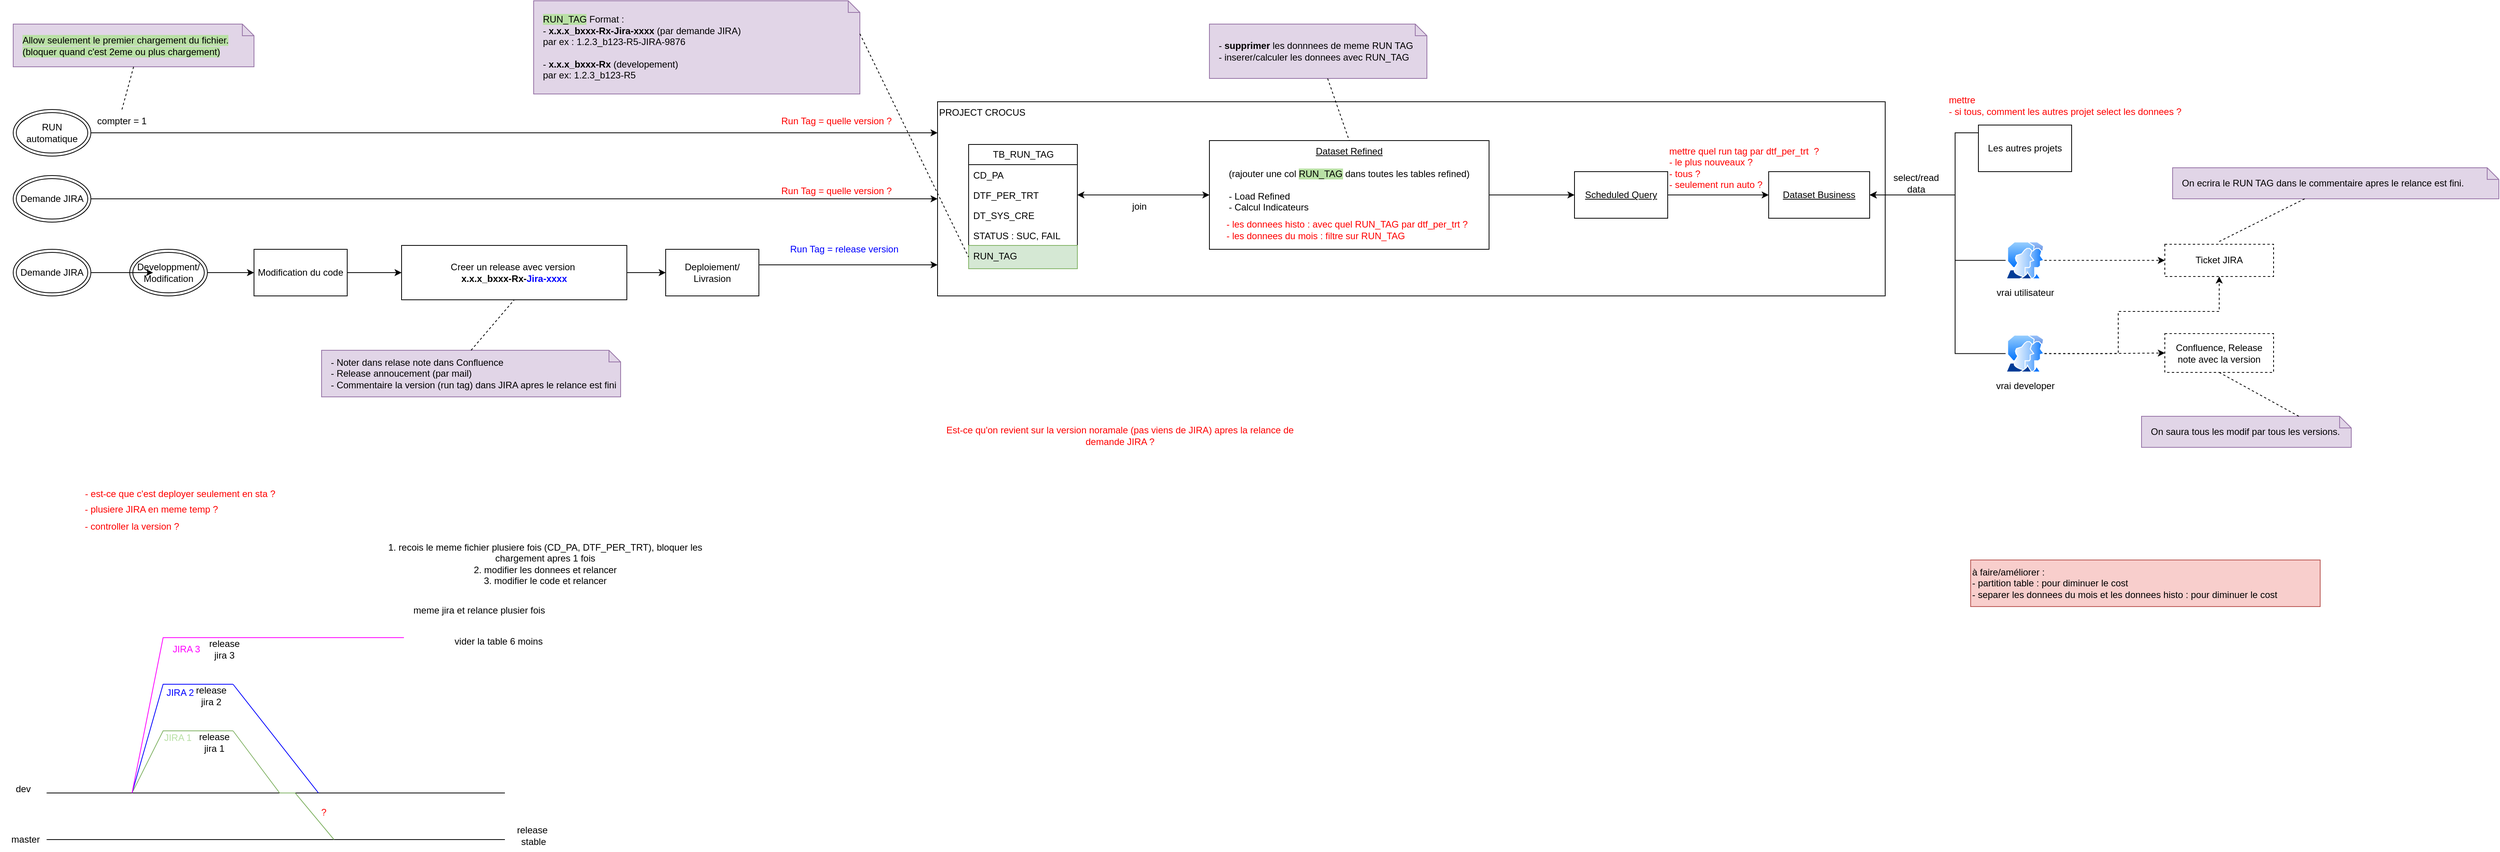
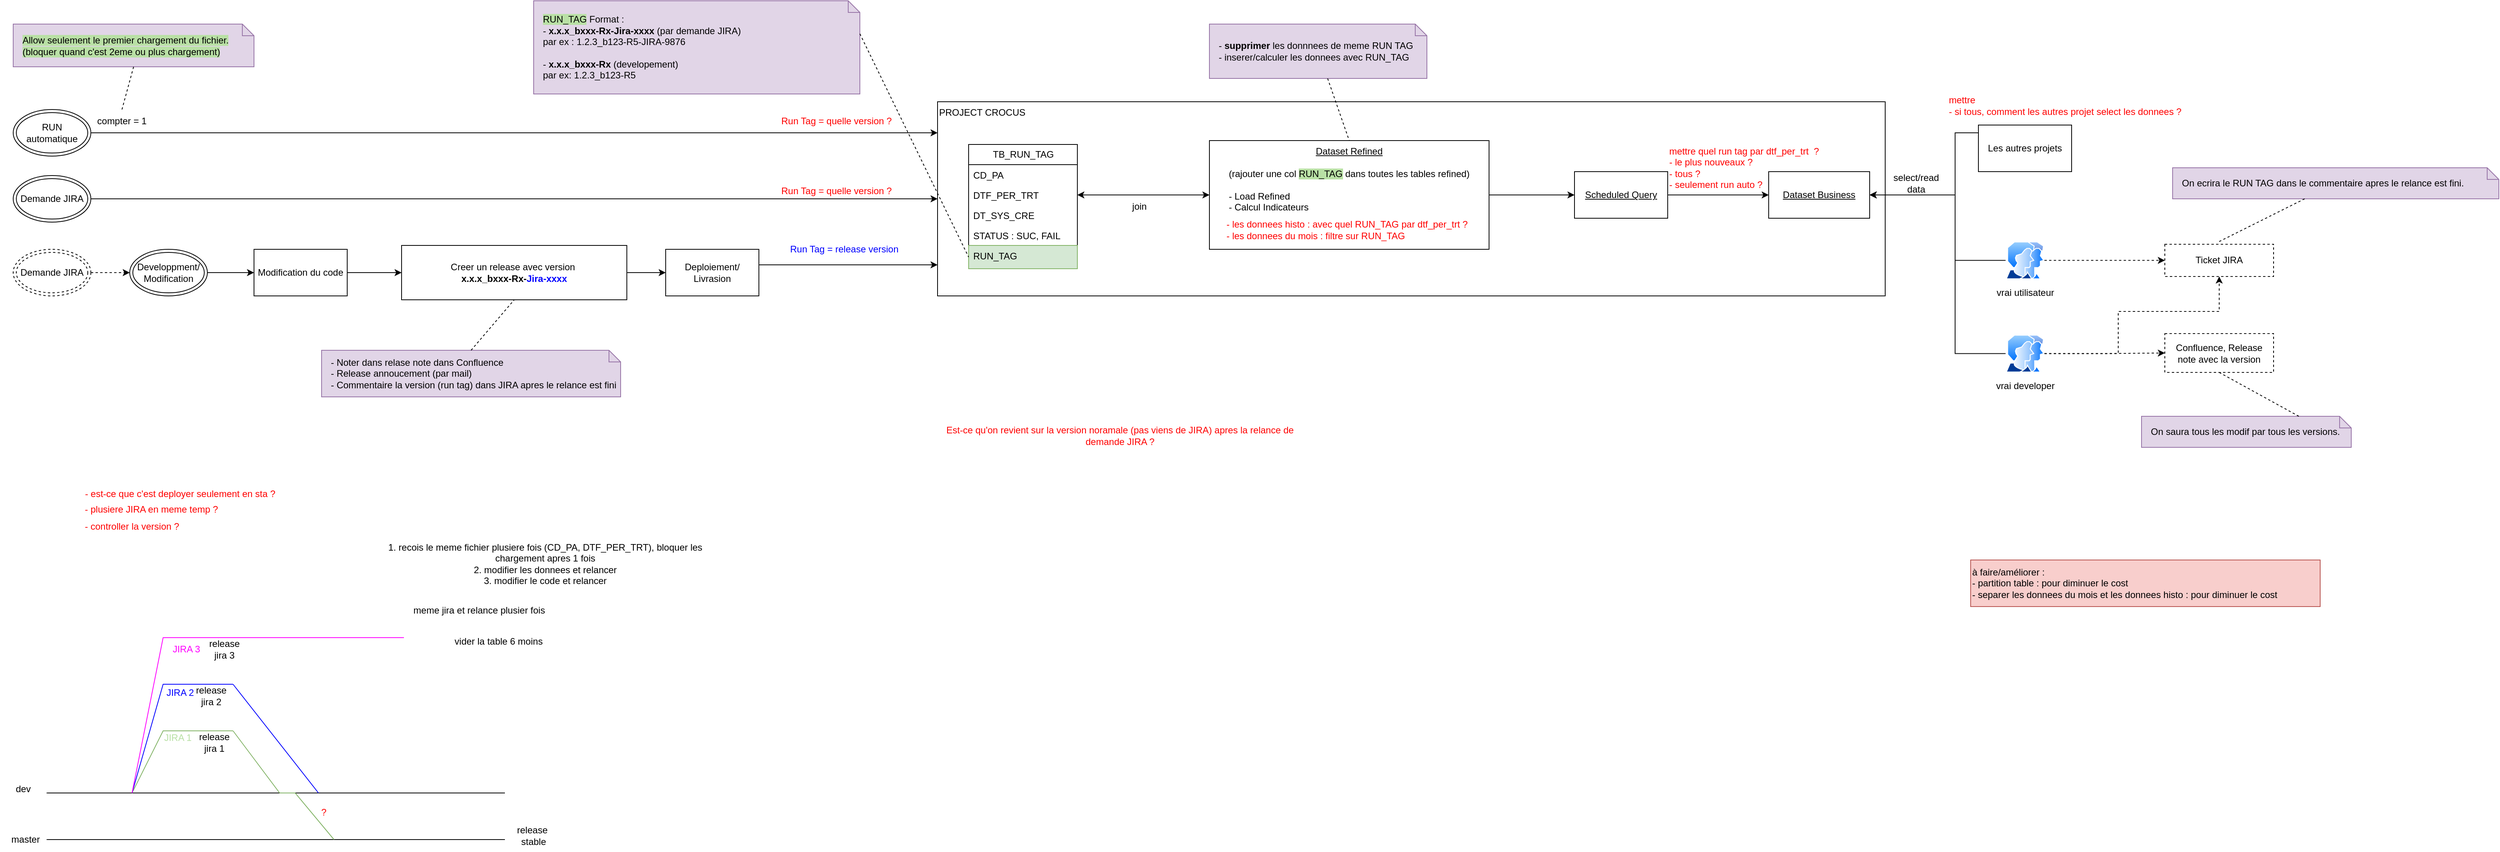
<mxfile host="app.diagrams.net">
  <diagram name="Page-1" id="bEAYSmEDHXBXhFzCy1HB">
-     <mxGraphModel dx="2472" dy="780" grid="1" gridSize="10" guides="1" tooltips="1" connect="1" arrows="1" fold="1" page="1" pageScale="1" pageWidth="827" pageHeight="1169" math="0" shadow="0">
+     <mxGraphModel dx="2233" dy="780" grid="1" gridSize="10" guides="1" tooltips="1" connect="1" arrows="1" fold="1" page="1" pageScale="1" pageWidth="827" pageHeight="1169" math="0" shadow="0">
      <root>
        <mxCell id="0" />
        <mxCell id="1" parent="0" />
        <mxCell id="QUzsFoNl6aFI_2ed8XXq-13" parent="1" style="rounded=0;whiteSpace=wrap;html=1;align=left;verticalAlign=top;" value="PROJECT CROCUS" vertex="1">
          <mxGeometry height="250" width="1220" x="380" y="140" as="geometry" />
        </mxCell>
        <mxCell id="QUzsFoNl6aFI_2ed8XXq-1" parent="1" style="swimlane;fontStyle=0;childLayout=stackLayout;horizontal=1;startSize=26;fillColor=none;horizontalStack=0;resizeParent=1;resizeParentMax=0;resizeLast=0;collapsible=1;marginBottom=0;html=1;" value="TB_RUN_TAG" vertex="1">
          <mxGeometry height="160" width="140" x="420" y="195" as="geometry" />
        </mxCell>
        <mxCell id="QUzsFoNl6aFI_2ed8XXq-2" parent="QUzsFoNl6aFI_2ed8XXq-1" style="text;strokeColor=none;fillColor=none;align=left;verticalAlign=top;spacingLeft=4;spacingRight=4;overflow=hidden;rotatable=0;points=[[0,0.5],[1,0.5]];portConstraint=eastwest;whiteSpace=wrap;html=1;" value="CD_PA" vertex="1">
          <mxGeometry height="26" width="140" y="26" as="geometry" />
        </mxCell>
        <mxCell id="QUzsFoNl6aFI_2ed8XXq-3" parent="QUzsFoNl6aFI_2ed8XXq-1" style="text;strokeColor=none;fillColor=none;align=left;verticalAlign=top;spacingLeft=4;spacingRight=4;overflow=hidden;rotatable=0;points=[[0,0.5],[1,0.5]];portConstraint=eastwest;whiteSpace=wrap;html=1;" value="DTF_PER_TRT" vertex="1">
          <mxGeometry height="26" width="140" y="52" as="geometry" />
        </mxCell>
        <mxCell id="QUzsFoNl6aFI_2ed8XXq-4" parent="QUzsFoNl6aFI_2ed8XXq-1" style="text;strokeColor=none;fillColor=none;align=left;verticalAlign=top;spacingLeft=4;spacingRight=4;overflow=hidden;rotatable=0;points=[[0,0.5],[1,0.5]];portConstraint=eastwest;whiteSpace=wrap;html=1;" value="DT_SYS_CRE" vertex="1">
          <mxGeometry height="26" width="140" y="78" as="geometry" />
        </mxCell>
        <mxCell id="QUzsFoNl6aFI_2ed8XXq-105" parent="QUzsFoNl6aFI_2ed8XXq-1" style="text;strokeColor=none;fillColor=none;align=left;verticalAlign=top;spacingLeft=4;spacingRight=4;overflow=hidden;rotatable=0;points=[[0,0.5],[1,0.5]];portConstraint=eastwest;whiteSpace=wrap;html=1;" value="STATUS : SUC, FAIL" vertex="1">
          <mxGeometry height="26" width="140" y="104" as="geometry" />
        </mxCell>
        <mxCell id="QUzsFoNl6aFI_2ed8XXq-5" parent="QUzsFoNl6aFI_2ed8XXq-1" style="text;strokeColor=#82b366;fillColor=#d5e8d4;align=left;verticalAlign=top;spacingLeft=4;spacingRight=4;overflow=hidden;rotatable=0;points=[[0,0.5],[1,0.5]];portConstraint=eastwest;whiteSpace=wrap;html=1;" value="RUN_TAG" vertex="1">
          <mxGeometry height="30" width="140" y="130" as="geometry" />
        </mxCell>
        <mxCell id="QUzsFoNl6aFI_2ed8XXq-7" parent="1" style="shape=note;size=15;align=left;spacingLeft=10;html=1;whiteSpace=wrap;fillColor=#e1d5e7;strokeColor=#9673a6;" value="&lt;span style=&quot;background-color: rgb(185, 224, 165);&quot;&gt;RUN_TAG&lt;/span&gt; Format :&amp;nbsp;&lt;div&gt;- &lt;b&gt;x.x.x_bxxx-Rx-Jira-xxxx&lt;/b&gt; (par demande JIRA)&amp;nbsp;&lt;/div&gt;&lt;div&gt;par ex : 1.2.3_b123-R5-JIRA-9876&lt;/div&gt;&lt;div&gt;&lt;br&gt;&lt;/div&gt;&lt;div&gt;-&lt;b&gt; x.x.x_bxxx-Rx&lt;/b&gt; (developement)&lt;/div&gt;&lt;div&gt;&lt;span style=&quot;background-color: transparent; color: light-dark(rgb(0, 0, 0), rgb(255, 255, 255));&quot;&gt;par ex: 1.2.3_b123-R5&lt;/span&gt;&lt;/div&gt;" vertex="1">
          <mxGeometry height="120" width="420" x="-140" y="10" as="geometry" />
        </mxCell>
        <mxCell id="QUzsFoNl6aFI_2ed8XXq-8" edge="1" parent="1" source="QUzsFoNl6aFI_2ed8XXq-7" style="edgeStyle=none;endArrow=none;exitX=0;exitY=0;dashed=1;html=1;rounded=0;entryX=0;entryY=0.5;entryDx=0;entryDy=0;exitDx=420;exitDy=42.5;exitPerimeter=0;" target="QUzsFoNl6aFI_2ed8XXq-5" value="">
          <mxGeometry relative="1" x="1" as="geometry">
            <mxPoint x="590" y="660" as="targetPoint" />
          </mxGeometry>
        </mxCell>
        <mxCell id="QUzsFoNl6aFI_2ed8XXq-10" parent="1" style="rounded=0;whiteSpace=wrap;html=1;dashed=1;" value="Confluence, Release note avec la v&lt;span style=&quot;background-color: transparent; color: light-dark(rgb(0, 0, 0), rgb(255, 255, 255));&quot;&gt;ersion&lt;/span&gt;" vertex="1">
          <mxGeometry height="50" width="140" x="1960" y="438.5" as="geometry" />
        </mxCell>
        <mxCell id="QUzsFoNl6aFI_2ed8XXq-11" parent="1" style="rounded=0;whiteSpace=wrap;html=1;dashed=1;" value="Ticket JIRA" vertex="1">
          <mxGeometry height="41.5" width="140" x="1960" y="323.5" as="geometry" />
        </mxCell>
        <mxCell id="QUzsFoNl6aFI_2ed8XXq-42" edge="1" parent="1" source="QUzsFoNl6aFI_2ed8XXq-12" style="edgeStyle=orthogonalEdgeStyle;rounded=0;orthogonalLoop=1;jettySize=auto;html=1;entryX=1;entryY=0.5;entryDx=0;entryDy=0;startArrow=classic;startFill=1;" target="QUzsFoNl6aFI_2ed8XXq-3">
          <mxGeometry relative="1" as="geometry" />
        </mxCell>
        <mxCell id="QUzsFoNl6aFI_2ed8XXq-50" edge="1" parent="1" source="QUzsFoNl6aFI_2ed8XXq-12" style="edgeStyle=orthogonalEdgeStyle;rounded=0;orthogonalLoop=1;jettySize=auto;html=1;" target="QUzsFoNl6aFI_2ed8XXq-46">
          <mxGeometry relative="1" as="geometry">
            <Array as="points" />
          </mxGeometry>
        </mxCell>
        <mxCell id="QUzsFoNl6aFI_2ed8XXq-12" parent="1" style="rounded=0;whiteSpace=wrap;html=1;verticalAlign=top;" value="&lt;u&gt;Dataset Refined&lt;/u&gt;&lt;div&gt;&lt;u&gt;&lt;br&gt;&lt;/u&gt;&lt;div&gt;(rajouter une col &lt;span style=&quot;background-color: rgb(185, 224, 165);&quot;&gt;RUN_TAG&lt;/span&gt;&lt;span&gt; &lt;/span&gt;dans toutes les tables refined)&lt;/div&gt;&lt;div&gt;&lt;br&gt;&lt;/div&gt;&lt;div style=&quot;text-align: left;&quot;&gt;- Load Refined&amp;nbsp; &amp;nbsp; &amp;nbsp; &amp;nbsp;&lt;/div&gt;&lt;div style=&quot;text-align: left;&quot;&gt;- Calcul Indicateurs&lt;/div&gt;&lt;/div&gt;" vertex="1">
          <mxGeometry height="140" width="360" x="730" y="190" as="geometry" />
        </mxCell>
        <mxCell id="QUzsFoNl6aFI_2ed8XXq-27" edge="1" parent="1" source="QUzsFoNl6aFI_2ed8XXq-33" style="edgeStyle=orthogonalEdgeStyle;rounded=0;orthogonalLoop=1;jettySize=auto;html=1;entryX=0;entryY=0.5;entryDx=0;entryDy=0;" target="QUzsFoNl6aFI_2ed8XXq-23">
          <mxGeometry relative="1" as="geometry">
            <mxPoint x="-740" y="175" as="sourcePoint" />
          </mxGeometry>
        </mxCell>
        <mxCell id="QUzsFoNl6aFI_2ed8XXq-19" parent="1" style="text;html=1;whiteSpace=wrap;strokeColor=none;fillColor=none;align=center;verticalAlign=middle;rounded=0;fontColor=#0000FF;" value="&lt;font style=&quot;color: rgb(255, 0, 0);&quot;&gt;Run Tag = quelle version ?&lt;/font&gt;" vertex="1">
          <mxGeometry height="30" width="200" x="150" y="240" as="geometry" />
        </mxCell>
        <mxCell id="QUzsFoNl6aFI_2ed8XXq-28" edge="1" parent="1" source="QUzsFoNl6aFI_2ed8XXq-23" style="edgeStyle=orthogonalEdgeStyle;rounded=0;orthogonalLoop=1;jettySize=auto;html=1;" target="QUzsFoNl6aFI_2ed8XXq-25">
          <mxGeometry relative="1" as="geometry" />
        </mxCell>
        <mxCell id="QUzsFoNl6aFI_2ed8XXq-23" parent="1" style="rounded=0;whiteSpace=wrap;html=1;" value="Modification du code" vertex="1">
          <mxGeometry height="60" width="120" x="-500" y="330" as="geometry" />
        </mxCell>
        <mxCell id="QUzsFoNl6aFI_2ed8XXq-31" edge="1" parent="1" source="QUzsFoNl6aFI_2ed8XXq-24" style="edgeStyle=orthogonalEdgeStyle;rounded=0;orthogonalLoop=1;jettySize=auto;html=1;" target="QUzsFoNl6aFI_2ed8XXq-13">
          <mxGeometry relative="1" as="geometry">
            <Array as="points">
              <mxPoint x="230" y="350" />
              <mxPoint x="230" y="350" />
            </Array>
          </mxGeometry>
        </mxCell>
        <mxCell id="QUzsFoNl6aFI_2ed8XXq-24" parent="1" style="rounded=0;whiteSpace=wrap;html=1;" value="Deploiement/ Livrasion" vertex="1">
          <mxGeometry height="60" width="120" x="30" y="330" as="geometry" />
        </mxCell>
        <mxCell id="QUzsFoNl6aFI_2ed8XXq-30" edge="1" parent="1" source="QUzsFoNl6aFI_2ed8XXq-25" style="edgeStyle=orthogonalEdgeStyle;rounded=0;orthogonalLoop=1;jettySize=auto;html=1;entryX=0;entryY=0.5;entryDx=0;entryDy=0;" target="QUzsFoNl6aFI_2ed8XXq-24">
          <mxGeometry relative="1" as="geometry" />
        </mxCell>
        <mxCell id="QUzsFoNl6aFI_2ed8XXq-25" parent="1" style="rounded=0;whiteSpace=wrap;html=1;" value="Creer un release avec version&amp;nbsp;&lt;div&gt;&lt;span style=&quot;text-align: left;&quot;&gt;&lt;b&gt;x.x.x_bxxx-Rx-&lt;font style=&quot;color: rgb(0, 0, 255);&quot;&gt;Jira-xxxx&lt;/font&gt;&lt;/b&gt;&lt;/span&gt;&lt;/div&gt;" vertex="1">
          <mxGeometry height="70" width="290" x="-310" y="325" as="geometry" />
        </mxCell>
        <mxCell id="QUzsFoNl6aFI_2ed8XXq-33" parent="1" style="ellipse;shape=doubleEllipse;whiteSpace=wrap;html=1;" value="Developpment/&lt;div&gt;Modification&lt;/div&gt;" vertex="1">
          <mxGeometry height="60" width="100" x="-660" y="330" as="geometry" />
        </mxCell>
        <mxCell id="cKu8MT6L8Fp_BZaxLZj7-5" edge="1" parent="1" source="QUzsFoNl6aFI_2ed8XXq-34" style="edgeStyle=orthogonalEdgeStyle;rounded=0;orthogonalLoop=1;jettySize=auto;html=1;" target="QUzsFoNl6aFI_2ed8XXq-13">
          <mxGeometry relative="1" as="geometry">
            <Array as="points">
              <mxPoint x="-190" y="265" />
              <mxPoint x="-190" y="265" />
            </Array>
          </mxGeometry>
        </mxCell>
        <mxCell id="QUzsFoNl6aFI_2ed8XXq-34" parent="1" style="ellipse;shape=doubleEllipse;whiteSpace=wrap;html=1;" value="Demande JIRA" vertex="1">
          <mxGeometry height="60" width="100" x="-810" y="235" as="geometry" />
        </mxCell>
        <mxCell id="QUzsFoNl6aFI_2ed8XXq-36" edge="1" parent="1" source="QUzsFoNl6aFI_2ed8XXq-35" style="edgeStyle=orthogonalEdgeStyle;rounded=0;orthogonalLoop=1;jettySize=auto;html=1;" target="QUzsFoNl6aFI_2ed8XXq-13">
          <mxGeometry relative="1" as="geometry">
            <Array as="points">
              <mxPoint x="110" y="180" />
              <mxPoint x="110" y="180" />
            </Array>
          </mxGeometry>
        </mxCell>
        <mxCell id="QUzsFoNl6aFI_2ed8XXq-35" parent="1" style="ellipse;shape=doubleEllipse;whiteSpace=wrap;html=1;" value="RUN automatique" vertex="1">
          <mxGeometry height="60" width="100" x="-810" y="150" as="geometry" />
        </mxCell>
        <mxCell id="QUzsFoNl6aFI_2ed8XXq-37" parent="1" style="text;html=1;whiteSpace=wrap;strokeColor=none;fillColor=none;align=center;verticalAlign=middle;rounded=0;fontColor=#0000FF;" value="Run Tag = release version" vertex="1">
          <mxGeometry height="30" width="200" x="160" y="315" as="geometry" />
        </mxCell>
        <mxCell id="QUzsFoNl6aFI_2ed8XXq-38" parent="1" style="shape=note;size=15;align=left;spacingLeft=10;html=1;whiteSpace=wrap;fillColor=#e1d5e7;strokeColor=#9673a6;" value="- Noter dans relase note dans Confluence&lt;div&gt;- Release annoucement (par mail)&lt;/div&gt;&lt;div&gt;- Commentaire la version (run tag) dans JIRA apres le relance est fini&lt;/div&gt;" vertex="1">
          <mxGeometry height="60" width="385" x="-413" y="460" as="geometry" />
        </mxCell>
        <mxCell id="QUzsFoNl6aFI_2ed8XXq-39" edge="1" parent="1" source="QUzsFoNl6aFI_2ed8XXq-38" style="edgeStyle=none;endArrow=none;exitX=0.5;exitY=0;dashed=1;html=1;rounded=0;entryX=0.5;entryY=1;entryDx=0;entryDy=0;exitDx=0;exitDy=0;exitPerimeter=0;" target="QUzsFoNl6aFI_2ed8XXq-25" value="">
          <mxGeometry relative="1" x="1" as="geometry">
            <mxPoint x="710" y="660" as="sourcePoint" />
            <mxPoint x="762" y="510" as="targetPoint" />
          </mxGeometry>
        </mxCell>
        <mxCell id="QUzsFoNl6aFI_2ed8XXq-40" parent="1" style="shape=note;size=15;align=left;spacingLeft=10;html=1;whiteSpace=wrap;fillColor=#e1d5e7;strokeColor=#9673a6;" value="- &lt;b&gt;supprimer &lt;/b&gt;les donnnees de meme RUN TAG&lt;div&gt;- inserer/calculer les donnees avec RUN_TAG&lt;/div&gt;" vertex="1">
          <mxGeometry height="70" width="280" x="730" y="40" as="geometry" />
        </mxCell>
        <mxCell id="QUzsFoNl6aFI_2ed8XXq-41" edge="1" parent="1" source="QUzsFoNl6aFI_2ed8XXq-40" style="edgeStyle=none;endArrow=none;dashed=1;html=1;rounded=0;entryX=0.5;entryY=0;entryDx=0;entryDy=0;" target="QUzsFoNl6aFI_2ed8XXq-12" value="">
          <mxGeometry relative="1" x="1" as="geometry">
            <mxPoint x="720" y="650" as="sourcePoint" />
            <mxPoint x="772" y="500" as="targetPoint" />
          </mxGeometry>
        </mxCell>
        <mxCell id="QUzsFoNl6aFI_2ed8XXq-43" parent="1" style="text;html=1;whiteSpace=wrap;strokeColor=none;fillColor=none;align=left;verticalAlign=middle;rounded=0;" value="&lt;font style=&quot;color: rgb(255, 0, 0);&quot;&gt;- les donnees histo : avec quel RUN_TAG par dtf_per_trt ?&lt;/font&gt;&lt;div&gt;&lt;font style=&quot;color: rgb(255, 0, 0);&quot;&gt;- les donnees du mois : f&lt;/font&gt;&lt;span style=&quot;color: light-dark(rgb(255, 0, 0), rgb(255, 144, 144)); background-color: transparent;&quot;&gt;iltre sur RUN_TAG&lt;/span&gt;&lt;/div&gt;" vertex="1">
          <mxGeometry height="30" width="330" x="750" y="290" as="geometry" />
        </mxCell>
        <mxCell id="QUzsFoNl6aFI_2ed8XXq-45" parent="1" style="rounded=0;whiteSpace=wrap;html=1;" value="&lt;u&gt;Dataset Business&lt;/u&gt;" vertex="1">
          <mxGeometry height="60" width="130" x="1450" y="230" as="geometry" />
        </mxCell>
        <mxCell id="QUzsFoNl6aFI_2ed8XXq-48" edge="1" parent="1" source="QUzsFoNl6aFI_2ed8XXq-46" style="edgeStyle=orthogonalEdgeStyle;rounded=0;orthogonalLoop=1;jettySize=auto;html=1;" target="QUzsFoNl6aFI_2ed8XXq-45">
          <mxGeometry relative="1" as="geometry" />
        </mxCell>
        <mxCell id="QUzsFoNl6aFI_2ed8XXq-46" parent="1" style="rounded=0;whiteSpace=wrap;html=1;" value="&lt;u&gt;Scheduled Query&lt;/u&gt;" vertex="1">
          <mxGeometry height="60" width="120" x="1200" y="230" as="geometry" />
        </mxCell>
        <mxCell id="QUzsFoNl6aFI_2ed8XXq-51" parent="1" style="text;html=1;whiteSpace=wrap;strokeColor=none;fillColor=none;align=left;verticalAlign=middle;rounded=0;fontColor=#FF0000;" value="mettre quel run tag par dtf_per_trt&amp;nbsp;&amp;nbsp;?&amp;nbsp;&lt;div&gt;- le plus nouveaux ?&lt;/div&gt;&lt;div&gt;- tous ?&lt;/div&gt;&lt;div&gt;- seulement run auto ?&lt;/div&gt;" vertex="1">
          <mxGeometry height="30" width="370" x="1320" y="210" as="geometry" />
        </mxCell>
        <mxCell id="QUzsFoNl6aFI_2ed8XXq-59" edge="1" parent="1" source="QUzsFoNl6aFI_2ed8XXq-52" style="edgeStyle=orthogonalEdgeStyle;rounded=0;orthogonalLoop=1;jettySize=auto;html=1;entryX=1;entryY=0.5;entryDx=0;entryDy=0;" target="QUzsFoNl6aFI_2ed8XXq-45">
          <mxGeometry relative="1" as="geometry">
            <Array as="points">
              <mxPoint x="1690" y="180" />
              <mxPoint x="1690" y="260" />
            </Array>
          </mxGeometry>
        </mxCell>
        <mxCell id="QUzsFoNl6aFI_2ed8XXq-52" parent="1" style="rounded=0;whiteSpace=wrap;html=1;" value="Les autres projets" vertex="1">
          <mxGeometry height="60" width="120" x="1720" y="170" as="geometry" />
        </mxCell>
        <mxCell id="QUzsFoNl6aFI_2ed8XXq-58" edge="1" parent="1" source="QUzsFoNl6aFI_2ed8XXq-57" style="edgeStyle=orthogonalEdgeStyle;rounded=0;orthogonalLoop=1;jettySize=auto;html=1;entryX=1;entryY=0.5;entryDx=0;entryDy=0;" target="QUzsFoNl6aFI_2ed8XXq-45">
          <mxGeometry relative="1" as="geometry">
            <Array as="points">
              <mxPoint x="1690" y="344" />
              <mxPoint x="1690" y="260" />
            </Array>
          </mxGeometry>
        </mxCell>
        <mxCell id="QUzsFoNl6aFI_2ed8XXq-65" edge="1" parent="1" source="QUzsFoNl6aFI_2ed8XXq-57" style="edgeStyle=orthogonalEdgeStyle;rounded=0;orthogonalLoop=1;jettySize=auto;html=1;dashed=1;" target="QUzsFoNl6aFI_2ed8XXq-11">
          <mxGeometry relative="1" as="geometry" />
        </mxCell>
        <mxCell id="QUzsFoNl6aFI_2ed8XXq-57" parent="1" style="image;aspect=fixed;perimeter=ellipsePerimeter;html=1;align=center;shadow=0;dashed=0;spacingTop=3;image=img/lib/active_directory/user_accounts.svg;" value="vrai utilisateur" vertex="1">
          <mxGeometry height="48.5" width="50" x="1755" y="320" as="geometry" />
        </mxCell>
        <mxCell id="QUzsFoNl6aFI_2ed8XXq-60" parent="1" style="text;html=1;whiteSpace=wrap;strokeColor=none;fillColor=none;align=center;verticalAlign=middle;rounded=0;" value="select/read data" vertex="1">
          <mxGeometry height="30" width="60" x="1610" y="230" as="geometry" />
        </mxCell>
        <mxCell id="QUzsFoNl6aFI_2ed8XXq-63" edge="1" parent="1" source="QUzsFoNl6aFI_2ed8XXq-62" style="edgeStyle=orthogonalEdgeStyle;rounded=0;orthogonalLoop=1;jettySize=auto;html=1;entryX=1;entryY=0.5;entryDx=0;entryDy=0;" target="QUzsFoNl6aFI_2ed8XXq-45">
          <mxGeometry relative="1" as="geometry">
            <Array as="points">
              <mxPoint x="1690" y="464" />
              <mxPoint x="1690" y="260" />
            </Array>
          </mxGeometry>
        </mxCell>
        <mxCell id="QUzsFoNl6aFI_2ed8XXq-66" edge="1" parent="1" source="QUzsFoNl6aFI_2ed8XXq-62" style="edgeStyle=orthogonalEdgeStyle;rounded=0;orthogonalLoop=1;jettySize=auto;html=1;dashed=1;" target="QUzsFoNl6aFI_2ed8XXq-10">
          <mxGeometry relative="1" as="geometry" />
        </mxCell>
        <mxCell id="QUzsFoNl6aFI_2ed8XXq-68" edge="1" parent="1" source="QUzsFoNl6aFI_2ed8XXq-62" style="edgeStyle=orthogonalEdgeStyle;rounded=0;orthogonalLoop=1;jettySize=auto;html=1;entryX=0.5;entryY=1;entryDx=0;entryDy=0;dashed=1;" target="QUzsFoNl6aFI_2ed8XXq-11">
          <mxGeometry relative="1" as="geometry">
            <Array as="points">
              <mxPoint x="1900" y="464" />
              <mxPoint x="1900" y="410" />
              <mxPoint x="2030" y="410" />
            </Array>
          </mxGeometry>
        </mxCell>
        <mxCell id="QUzsFoNl6aFI_2ed8XXq-62" parent="1" style="image;aspect=fixed;perimeter=ellipsePerimeter;html=1;align=center;shadow=0;dashed=0;spacingTop=3;image=img/lib/active_directory/user_accounts.svg;" value="vrai developer" vertex="1">
          <mxGeometry height="48.5" width="50" x="1755" y="440" as="geometry" />
        </mxCell>
        <mxCell id="QUzsFoNl6aFI_2ed8XXq-69" parent="1" style="shape=note;size=15;align=left;spacingLeft=10;html=1;whiteSpace=wrap;fillColor=#e1d5e7;strokeColor=#9673a6;" value="On ecrira le RUN TAG dans le commentaire apres le relance est fini." vertex="1">
          <mxGeometry height="40" width="420" x="1970" y="225" as="geometry" />
        </mxCell>
        <mxCell id="QUzsFoNl6aFI_2ed8XXq-70" edge="1" parent="1" source="QUzsFoNl6aFI_2ed8XXq-69" style="edgeStyle=none;endArrow=none;dashed=1;html=1;rounded=0;" value="">
          <mxGeometry relative="1" x="1" as="geometry">
            <mxPoint x="970" y="210" as="sourcePoint" />
            <mxPoint x="2030" y="320" as="targetPoint" />
          </mxGeometry>
        </mxCell>
        <mxCell id="QUzsFoNl6aFI_2ed8XXq-71" parent="1" style="shape=note;size=15;align=left;spacingLeft=10;html=1;whiteSpace=wrap;fillColor=#e1d5e7;strokeColor=#9673a6;" value="On saura tous les modif par tous les versions." vertex="1">
          <mxGeometry height="40" width="270" x="1930" y="545" as="geometry" />
        </mxCell>
        <mxCell id="QUzsFoNl6aFI_2ed8XXq-72" edge="1" parent="1" source="QUzsFoNl6aFI_2ed8XXq-71" style="edgeStyle=none;endArrow=none;dashed=1;html=1;rounded=0;entryX=0.5;entryY=1;entryDx=0;entryDy=0;exitX=0;exitY=0;exitDx=202.5;exitDy=0;exitPerimeter=0;" target="QUzsFoNl6aFI_2ed8XXq-10" value="">
          <mxGeometry relative="1" x="1" as="geometry">
            <mxPoint x="2180" y="470" as="sourcePoint" />
            <mxPoint x="2070" y="525" as="targetPoint" />
          </mxGeometry>
        </mxCell>
        <mxCell id="QUzsFoNl6aFI_2ed8XXq-73" parent="1" style="text;html=1;whiteSpace=wrap;strokeColor=none;fillColor=none;align=left;verticalAlign=middle;rounded=0;fontColor=#FF0000;" value="mettre&amp;nbsp;&lt;div&gt;&lt;span style=&quot;background-color: transparent; color: light-dark(rgb(255, 0, 0), rgb(255, 144, 144));&quot;&gt;- si tous, comment les autres projet select les donnees ?&lt;/span&gt;&lt;/div&gt;" vertex="1">
          <mxGeometry height="30" width="370" x="1680" y="130" as="geometry" />
        </mxCell>
        <mxCell id="QUzsFoNl6aFI_2ed8XXq-74" parent="1" style="rounded=0;whiteSpace=wrap;html=1;align=left;fillColor=#f8cecc;strokeColor=#b85450;" value="à faire/améliorer :&lt;div&gt;- partition table : pour diminuer le cost&lt;/div&gt;&lt;div&gt;- separer les donnees du mois et les donnees histo&amp;nbsp;&lt;span style=&quot;background-color: transparent; color: light-dark(rgb(0, 0, 0), rgb(255, 255, 255));&quot;&gt;: pour diminuer le cost&lt;/span&gt;&lt;/div&gt;" vertex="1">
          <mxGeometry height="60" width="450" x="1710" y="730" as="geometry" />
        </mxCell>
        <mxCell id="QUzsFoNl6aFI_2ed8XXq-76" parent="1" style="text;html=1;whiteSpace=wrap;strokeColor=none;fillColor=none;align=center;verticalAlign=middle;rounded=0;" value="join" vertex="1">
          <mxGeometry height="30" width="60" x="610" y="260" as="geometry" />
        </mxCell>
        <mxCell id="QUzsFoNl6aFI_2ed8XXq-77" parent="1" style="text;html=1;whiteSpace=wrap;strokeColor=none;fillColor=none;align=center;verticalAlign=middle;rounded=0;fontColor=#FF0000;" value="Est-ce qu&#39;on revient sur la version noramale (pas viens de JIRA) apres la relance de demande JIRA ?" vertex="1">
          <mxGeometry height="30" width="470" x="380" y="555" as="geometry" />
        </mxCell>
        <mxCell id="QUzsFoNl6aFI_2ed8XXq-78" parent="1" style="text;html=1;whiteSpace=wrap;strokeColor=none;fillColor=none;align=center;verticalAlign=middle;rounded=0;fontColor=#FF0000;" value="- est-ce que c&#39;est deployer seulement en sta ?" vertex="1">
          <mxGeometry height="30" width="290" x="-740" y="630" as="geometry" />
        </mxCell>
        <mxCell id="QUzsFoNl6aFI_2ed8XXq-79" parent="1" style="text;html=1;whiteSpace=wrap;strokeColor=none;fillColor=none;align=center;verticalAlign=middle;rounded=0;fontColor=#FF0000;" value="- plusiere JIRA en meme temp ?" vertex="1">
          <mxGeometry height="30" width="290" x="-777" y="650" as="geometry" />
        </mxCell>
        <mxCell id="QUzsFoNl6aFI_2ed8XXq-80" parent="1" style="text;html=1;whiteSpace=wrap;strokeColor=none;fillColor=none;align=center;verticalAlign=middle;rounded=0;fontColor=#FF0000;" value="- controller la version ?" vertex="1">
          <mxGeometry height="30" width="290" x="-802" y="672" as="geometry" />
        </mxCell>
        <mxCell id="QUzsFoNl6aFI_2ed8XXq-81" edge="1" parent="1" style="endArrow=none;html=1;rounded=0;" value="">
          <mxGeometry height="50" relative="1" width="50" as="geometry">
            <mxPoint x="-767" y="1030" as="sourcePoint" />
            <mxPoint x="-177" y="1030" as="targetPoint" />
          </mxGeometry>
        </mxCell>
        <mxCell id="QUzsFoNl6aFI_2ed8XXq-83" edge="1" parent="1" style="endArrow=none;html=1;rounded=0;fillColor=#d5e8d4;strokeColor=#82b366;" value="">
          <mxGeometry height="50" relative="1" width="50" as="geometry">
            <Array as="points">
              <mxPoint x="-617" y="950" />
            </Array>
            <mxPoint x="-657" y="1030" as="sourcePoint" />
            <mxPoint x="-527" y="950" as="targetPoint" />
          </mxGeometry>
        </mxCell>
        <mxCell id="QUzsFoNl6aFI_2ed8XXq-84" parent="1" style="text;html=1;whiteSpace=wrap;strokeColor=none;fillColor=none;align=center;verticalAlign=middle;rounded=0;" value="dev" vertex="1">
          <mxGeometry height="30" width="60" x="-827" y="1010" as="geometry" />
        </mxCell>
        <mxCell id="QUzsFoNl6aFI_2ed8XXq-85" edge="1" parent="1" style="endArrow=none;html=1;rounded=0;strokeColor=#0000FF;" value="">
          <mxGeometry height="50" relative="1" width="50" as="geometry">
            <Array as="points">
              <mxPoint x="-617" y="890" />
            </Array>
            <mxPoint x="-657" y="1030" as="sourcePoint" />
            <mxPoint x="-527" y="890" as="targetPoint" />
          </mxGeometry>
        </mxCell>
        <mxCell id="QUzsFoNl6aFI_2ed8XXq-86" edge="1" parent="1" style="endArrow=none;html=1;rounded=0;strokeColor=#FF00FF;" value="">
          <mxGeometry height="50" relative="1" width="50" as="geometry">
            <Array as="points">
              <mxPoint x="-617" y="830" />
            </Array>
            <mxPoint x="-657" y="1030" as="sourcePoint" />
            <mxPoint x="-307" y="830" as="targetPoint" />
          </mxGeometry>
        </mxCell>
        <mxCell id="QUzsFoNl6aFI_2ed8XXq-87" parent="1" style="text;html=1;whiteSpace=wrap;strokeColor=none;fillColor=none;align=center;verticalAlign=middle;rounded=0;fontColor=#B9E0A5;" value="JIRA 1" vertex="1">
          <mxGeometry height="30" width="60" x="-628" y="944" as="geometry" />
        </mxCell>
        <mxCell id="QUzsFoNl6aFI_2ed8XXq-88" parent="1" style="text;html=1;whiteSpace=wrap;strokeColor=none;fillColor=none;align=center;verticalAlign=middle;rounded=0;fontColor=#0000FF;" value="JIRA 2" vertex="1">
          <mxGeometry height="30" width="60" x="-625" y="886" as="geometry" />
        </mxCell>
        <mxCell id="QUzsFoNl6aFI_2ed8XXq-89" parent="1" style="text;html=1;whiteSpace=wrap;strokeColor=none;fillColor=none;align=center;verticalAlign=middle;rounded=0;fontColor=#FF00FF;" value="JIRA 3" vertex="1">
          <mxGeometry height="30" width="60" x="-617" y="830" as="geometry" />
        </mxCell>
        <mxCell id="QUzsFoNl6aFI_2ed8XXq-90" edge="1" parent="1" style="endArrow=none;html=1;rounded=0;" value="">
          <mxGeometry height="50" relative="1" width="50" as="geometry">
            <mxPoint x="-767" y="1090" as="sourcePoint" />
            <mxPoint x="-177" y="1090" as="targetPoint" />
          </mxGeometry>
        </mxCell>
        <mxCell id="QUzsFoNl6aFI_2ed8XXq-91" parent="1" style="text;html=1;whiteSpace=wrap;strokeColor=none;fillColor=none;align=center;verticalAlign=middle;rounded=0;" value="master" vertex="1">
          <mxGeometry height="30" width="60" x="-824" y="1075" as="geometry" />
        </mxCell>
        <mxCell id="QUzsFoNl6aFI_2ed8XXq-92" edge="1" parent="1" style="endArrow=none;html=1;rounded=0;fillColor=#d5e8d4;strokeColor=#82b366;" value="">
          <mxGeometry height="50" relative="1" width="50" as="geometry">
            <mxPoint x="-527" y="950" as="sourcePoint" />
            <mxPoint x="-467" y="1030" as="targetPoint" />
          </mxGeometry>
        </mxCell>
        <mxCell id="QUzsFoNl6aFI_2ed8XXq-94" edge="1" parent="1" style="endArrow=none;html=1;rounded=0;strokeColor=#0000FF;" value="">
          <mxGeometry height="50" relative="1" width="50" as="geometry">
            <mxPoint x="-527" y="890" as="sourcePoint" />
            <mxPoint x="-417" y="1030" as="targetPoint" />
          </mxGeometry>
        </mxCell>
        <mxCell id="QUzsFoNl6aFI_2ed8XXq-95" edge="1" parent="1" style="endArrow=none;html=1;rounded=0;fillColor=#d5e8d4;strokeColor=#82b366;" value="">
          <mxGeometry height="50" relative="1" width="50" as="geometry">
            <mxPoint x="-447" y="1030" as="sourcePoint" />
            <mxPoint x="-397" y="1090" as="targetPoint" />
          </mxGeometry>
        </mxCell>
        <mxCell id="QUzsFoNl6aFI_2ed8XXq-96" edge="1" parent="1" style="endArrow=none;html=1;rounded=0;fillColor=#d5e8d4;strokeColor=#82b366;" value="">
          <mxGeometry height="50" relative="1" width="50" as="geometry">
            <mxPoint x="-467" y="1030" as="sourcePoint" />
            <mxPoint x="-447" y="1030" as="targetPoint" />
          </mxGeometry>
        </mxCell>
        <mxCell id="QUzsFoNl6aFI_2ed8XXq-98" parent="1" style="text;html=1;whiteSpace=wrap;strokeColor=none;fillColor=none;align=center;verticalAlign=middle;rounded=0;" value="release jira 2" vertex="1">
          <mxGeometry height="30" width="60" x="-585" y="890" as="geometry" />
        </mxCell>
        <mxCell id="QUzsFoNl6aFI_2ed8XXq-99" parent="1" style="text;html=1;whiteSpace=wrap;strokeColor=none;fillColor=none;align=center;verticalAlign=middle;rounded=0;" value="release jira 1" vertex="1">
          <mxGeometry height="30" width="60" x="-581" y="950" as="geometry" />
        </mxCell>
        <mxCell id="QUzsFoNl6aFI_2ed8XXq-100" parent="1" style="text;html=1;whiteSpace=wrap;strokeColor=none;fillColor=none;align=center;verticalAlign=middle;rounded=0;" value="release jira 3" vertex="1">
          <mxGeometry height="30" width="60" x="-568" y="830" as="geometry" />
        </mxCell>
        <mxCell id="QUzsFoNl6aFI_2ed8XXq-101" parent="1" style="text;html=1;whiteSpace=wrap;strokeColor=none;fillColor=none;align=center;verticalAlign=middle;rounded=0;" value="release&amp;nbsp; stable" vertex="1">
          <mxGeometry height="30" width="60" x="-170" y="1070" as="geometry" />
        </mxCell>
        <mxCell id="QUzsFoNl6aFI_2ed8XXq-103" parent="1" style="text;html=1;whiteSpace=wrap;strokeColor=none;fillColor=none;align=center;verticalAlign=middle;rounded=0;fontColor=#FF0000;" value="?" vertex="1">
          <mxGeometry height="30" width="60" x="-440" y="1040" as="geometry" />
        </mxCell>
        <mxCell id="QUzsFoNl6aFI_2ed8XXq-104" parent="1" style="text;html=1;whiteSpace=wrap;strokeColor=none;fillColor=none;align=center;verticalAlign=middle;rounded=0;" value="compter = 1" vertex="1">
          <mxGeometry height="30" width="100" x="-720" y="150" as="geometry" />
        </mxCell>
        <mxCell id="QUzsFoNl6aFI_2ed8XXq-106" parent="1" style="text;html=1;whiteSpace=wrap;strokeColor=none;fillColor=none;align=center;verticalAlign=middle;rounded=0;" value="1. recois le meme fichier plusiere fois (CD_PA, DTF_PER_TRT), bloquer les chargement apres 1 fois&lt;div&gt;2. modifier les donnees et relancer&lt;/div&gt;&lt;div&gt;3. modifier le code et relancer&lt;/div&gt;" vertex="1">
          <mxGeometry height="30" width="470" x="-360" y="720" as="geometry" />
        </mxCell>
        <mxCell id="QUzsFoNl6aFI_2ed8XXq-107" parent="1" style="text;html=1;whiteSpace=wrap;strokeColor=none;fillColor=none;align=center;verticalAlign=middle;rounded=0;" value="meme jira et relance plusier fois" vertex="1">
          <mxGeometry height="30" width="240" x="-330" y="780" as="geometry" />
        </mxCell>
        <mxCell id="QUzsFoNl6aFI_2ed8XXq-108" parent="1" style="text;html=1;whiteSpace=wrap;strokeColor=none;fillColor=none;align=center;verticalAlign=middle;rounded=0;" value="vider la table 6 moins" vertex="1">
          <mxGeometry height="30" width="170" x="-270" y="820" as="geometry" />
        </mxCell>
        <mxCell id="cKu8MT6L8Fp_BZaxLZj7-1" parent="1" style="shape=note;size=15;align=left;spacingLeft=10;html=1;whiteSpace=wrap;fillColor=#e1d5e7;strokeColor=#9673a6;" value="&lt;span style=&quot;background-color: rgb(185, 224, 165);&quot;&gt;Allow seulement le premier chargement du fichier.&lt;br&gt;(bloquer quand c&#39;est 2eme ou plus chargement)&lt;/span&gt;" vertex="1">
          <mxGeometry height="55" width="310" x="-810" y="40" as="geometry" />
        </mxCell>
        <mxCell id="cKu8MT6L8Fp_BZaxLZj7-2" edge="1" parent="1" source="cKu8MT6L8Fp_BZaxLZj7-1" style="edgeStyle=none;endArrow=none;exitX=0.5;exitY=1;dashed=1;html=1;rounded=0;entryX=0.5;entryY=0;entryDx=0;entryDy=0;exitDx=0;exitDy=0;exitPerimeter=0;" target="QUzsFoNl6aFI_2ed8XXq-104" value="">
          <mxGeometry relative="1" x="1" as="geometry">
            <mxPoint x="410" y="300" as="sourcePoint" />
            <mxPoint x="500" y="507" as="targetPoint" />
          </mxGeometry>
        </mxCell>
-         <mxCell id="cKu8MT6L8Fp_BZaxLZj7-4" edge="1" parent="1" source="cKu8MT6L8Fp_BZaxLZj7-3" style="edgeStyle=orthogonalEdgeStyle;rounded=0;orthogonalLoop=1;jettySize=auto;html=1;entryX=0;entryY=0.5;entryDx=0;entryDy=0;">
-           <mxGeometry relative="1" as="geometry">
+         <mxCell id="cKu8MT6L8Fp_BZaxLZj7-4" edge="1" parent="1" source="cKu8MT6L8Fp_BZaxLZj7-3" style="edgeStyle=orthogonalEdgeStyle;rounded=0;orthogonalLoop=1;jettySize=auto;html=1;dashed=1;" target="QUzsFoNl6aFI_2ed8XXq-33">
+           <mxGeometry relative="1" as="geometry">
+             <Array as="points">
+               <mxPoint x="-670" y="360" />
+               <mxPoint x="-670" y="360" />
+             </Array>
            <mxPoint x="-630" y="360" as="targetPoint" />
          </mxGeometry>
        </mxCell>
-         <mxCell id="cKu8MT6L8Fp_BZaxLZj7-3" parent="1" style="ellipse;shape=doubleEllipse;whiteSpace=wrap;html=1;" value="Demande JIRA" vertex="1">
+         <mxCell id="cKu8MT6L8Fp_BZaxLZj7-3" parent="1" style="ellipse;shape=doubleEllipse;whiteSpace=wrap;html=1;dashed=1;" value="Demande JIRA" vertex="1">
          <mxGeometry height="60" width="100" x="-810" y="330" as="geometry" />
        </mxCell>
        <mxCell id="cKu8MT6L8Fp_BZaxLZj7-7" parent="1" style="text;html=1;whiteSpace=wrap;strokeColor=none;fillColor=none;align=center;verticalAlign=middle;rounded=0;fontColor=#0000FF;" value="&lt;font style=&quot;color: rgb(255, 0, 0);&quot;&gt;Run Tag = quelle version ?&lt;/font&gt;" vertex="1">
          <mxGeometry height="30" width="200" x="150" y="150" as="geometry" />
        </mxCell>
      </root>
    </mxGraphModel>
  </diagram>
</mxfile>
